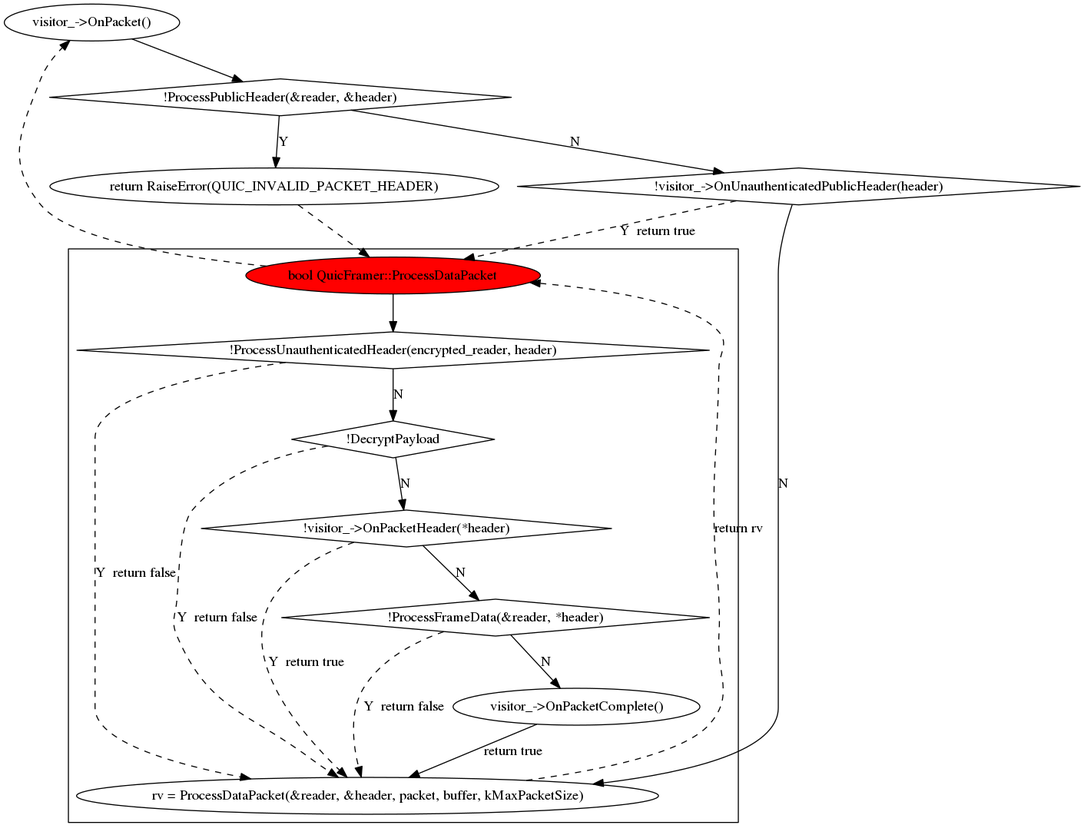
Earlier version of the Graphviz export proto-quic/main_cycle.png (lancelotluo/dot). Its source is kept beside it as proto-quic/main_cycle.dot.
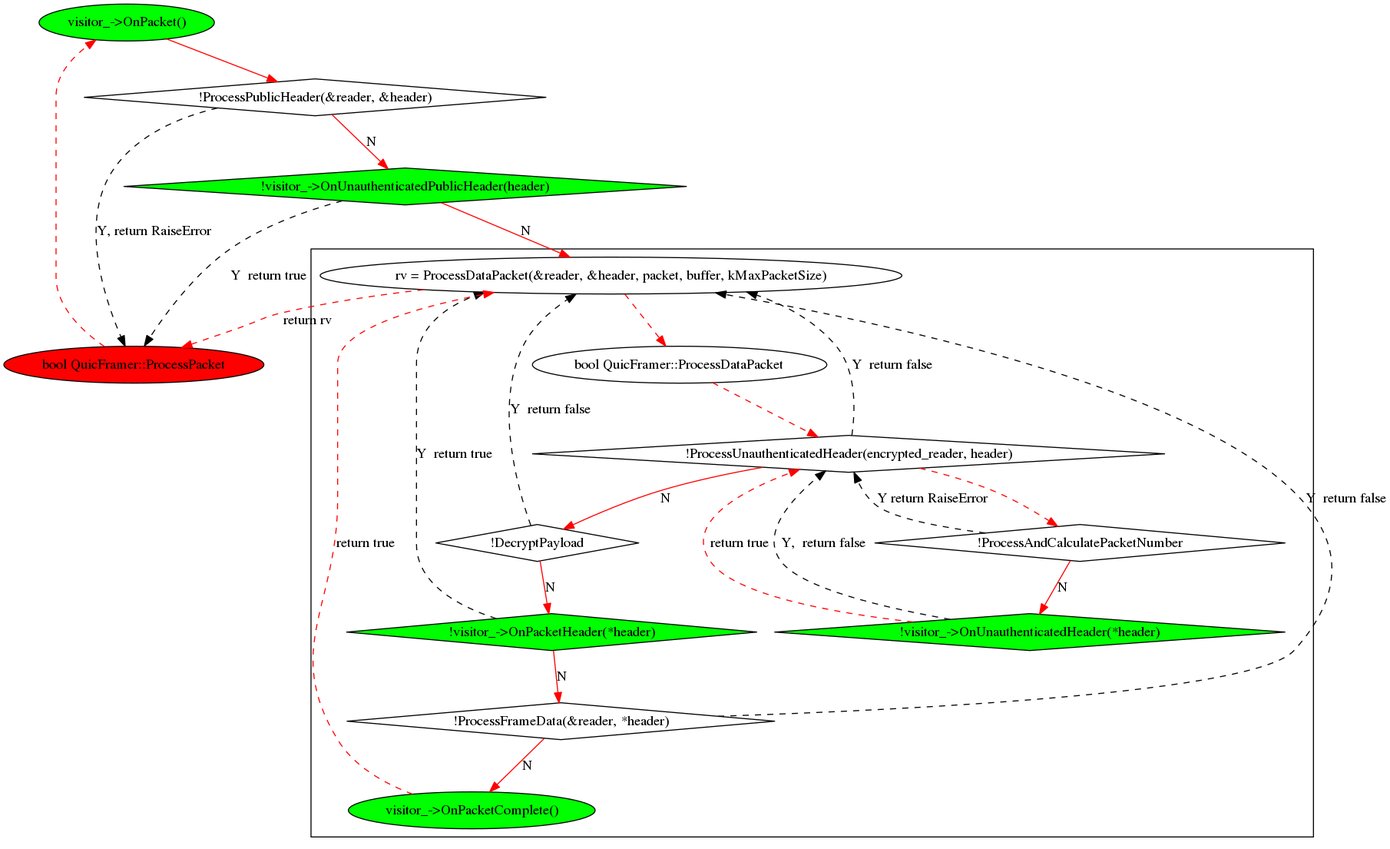
The same diagram one commit later.

Change to the diagram source:
```diff
@@ -1,31 +1,42 @@
 digraph ProcessPacket {
-    "bool QuicFramer::ProcessDataPacket"[style=filled, fillcolor=red];
-    "!visitor_->OnUnauthenticatedPublicHeader(header)"[shape=diamond];
+    "visitor_->OnPacket()"[style=filled, fillcolor=green];
+
+    "bool QuicFramer::ProcessPacket"[style=filled, fillcolor=red];
+    "!visitor_->OnUnauthenticatedPublicHeader(header)"[shape=diamond, style=filled, fillcolor=green];
     "!ProcessPublicHeader(&reader, &header)"[shape=diamond];
-    "bool QuicFramer::ProcessDataPacket"->"visitor_->OnPacket()"[style=dashed];
-    "visitor_->OnPacket()"->"!ProcessPublicHeader(&reader, &header)";
-    "!ProcessPublicHeader(&reader, &header)"->"return RaiseError(QUIC_INVALID_PACKET_HEADER)"[label=Y];
-    "return RaiseError(QUIC_INVALID_PACKET_HEADER)"->"bool QuicFramer::ProcessDataPacket"[style=dashed];
-    "!ProcessPublicHeader(&reader, &header)"->"!visitor_->OnUnauthenticatedPublicHeader(header)"[label=N];
-    "!visitor_->OnUnauthenticatedPublicHeader(header)"->"bool QuicFramer::ProcessDataPacket"[label="Y  return true", style=dashed];
-    "!visitor_->OnUnauthenticatedPublicHeader(header)"->"rv = ProcessDataPacket(&reader, &header, packet, buffer, kMaxPacketSize)"[label=N];
-    "rv = ProcessDataPacket(&reader, &header, packet, buffer, kMaxPacketSize)"->"bool QuicFramer::ProcessDataPacket"[label="return rv", style=dashed];
+    "bool QuicFramer::ProcessPacket"->"visitor_->OnPacket()"[style=dashed, color=red];
+    "visitor_->OnPacket()"->"!ProcessPublicHeader(&reader, &header)"[color=red];
+    "!ProcessPublicHeader(&reader, &header)"->"bool QuicFramer::ProcessPacket"[label="Y, return RaiseError", style=dashed];
+    "!ProcessPublicHeader(&reader, &header)"->"!visitor_->OnUnauthenticatedPublicHeader(header)"[label=N, color=red];
+    "!visitor_->OnUnauthenticatedPublicHeader(header)"->"bool QuicFramer::ProcessPacket"[label="Y  return true", style=dashed];
+    "!visitor_->OnUnauthenticatedPublicHeader(header)"->"rv = ProcessDataPacket(&reader, &header, packet, buffer, kMaxPacketSize)"[label=N, color=red];
+    "rv = ProcessDataPacket(&reader, &header, packet, buffer, kMaxPacketSize)"->"bool QuicFramer::ProcessPacket"[label="return rv", style=dashed, color=red];
 
 subgraph cluster_ProcessDataPacket {
     "!ProcessUnauthenticatedHeader(encrypted_reader, header)"[shape=diamond];
     "!DecryptPayload"[shape=diamond];
-    "!visitor_->OnPacketHeader(*header)"[shape=diamond];
+    "!visitor_->OnPacketHeader(*header)"[shape=diamond, style=filled, fillcolor=green];
     "!ProcessFrameData(&reader, *header)"[shape=diamond];
-    "bool QuicFramer::ProcessDataPacket"->"!ProcessUnauthenticatedHeader(encrypted_reader, header)";
+    "!ProcessAndCalculatePacketNumber"[shape=diamond];
+    "!visitor_->OnUnauthenticatedHeader(*header)"[shape=diamond, style=filled, fillcolor=green];
+    "visitor_->OnPacketComplete()"[style=filled, fillcolor=green];
+
+    "rv = ProcessDataPacket(&reader, &header, packet, buffer, kMaxPacketSize)"->"bool QuicFramer::ProcessDataPacket"[style=dashed, color=red];
+    "bool QuicFramer::ProcessDataPacket"->"!ProcessUnauthenticatedHeader(encrypted_reader, header)"[style=dashed, color=red];
     "!ProcessUnauthenticatedHeader(encrypted_reader, header)"->"rv = ProcessDataPacket(&reader, &header, packet, buffer, kMaxPacketSize)"[label="Y  return false", style=dashed];
-    "!ProcessUnauthenticatedHeader(encrypted_reader, header)"->"!DecryptPayload"[label=N];
+    "!ProcessUnauthenticatedHeader(encrypted_reader, header)"->"!DecryptPayload"[label=N, color=red];
     "!DecryptPayload"->"rv = ProcessDataPacket(&reader, &header, packet, buffer, kMaxPacketSize)"[label="Y  return false", style=dashed];
-    "!DecryptPayload"->"!visitor_->OnPacketHeader(*header)"[label=N];
+    "!DecryptPayload"->"!visitor_->OnPacketHeader(*header)"[label=N, color=red];
     "!visitor_->OnPacketHeader(*header)"->"rv = ProcessDataPacket(&reader, &header, packet, buffer, kMaxPacketSize)"[label="Y  return true", style=dashed];
-    "!visitor_->OnPacketHeader(*header)"->"!ProcessFrameData(&reader, *header)"[label=N];
+    "!visitor_->OnPacketHeader(*header)"->"!ProcessFrameData(&reader, *header)"[label=N, color=red];
     "!ProcessFrameData(&reader, *header)"->"rv = ProcessDataPacket(&reader, &header, packet, buffer, kMaxPacketSize)"[label="Y  return false", style=dashed];
-    "!ProcessFrameData(&reader, *header)"->"visitor_->OnPacketComplete()"[label=N];
-    "visitor_->OnPacketComplete()"->"rv = ProcessDataPacket(&reader, &header, packet, buffer, kMaxPacketSize)"[label="return true"];
+    "!ProcessFrameData(&reader, *header)"->"visitor_->OnPacketComplete()"[label=N, color=red];
+    "visitor_->OnPacketComplete()"->"rv = ProcessDataPacket(&reader, &header, packet, buffer, kMaxPacketSize)"[label="return true", color=red, style=dashed];
 
+    "!ProcessUnauthenticatedHeader(encrypted_reader, header)"->"!ProcessAndCalculatePacketNumber"[style=dashed, color=red];
+    "!ProcessAndCalculatePacketNumber"->"!ProcessUnauthenticatedHeader(encrypted_reader, header)"[label="Y return RaiseError", style=dashed];
+    "!ProcessAndCalculatePacketNumber"->"!visitor_->OnUnauthenticatedHeader(*header)"[label="N", color=red];
+    "!visitor_->OnUnauthenticatedHeader(*header)"->"!ProcessUnauthenticatedHeader(encrypted_reader, header)"[label="Y,  return false", style=dashed];
+    "!visitor_->OnUnauthenticatedHeader(*header)"->"!ProcessUnauthenticatedHeader(encrypted_reader, header)"[label="return true", style=dashed, color=red];
 }
 }
```
